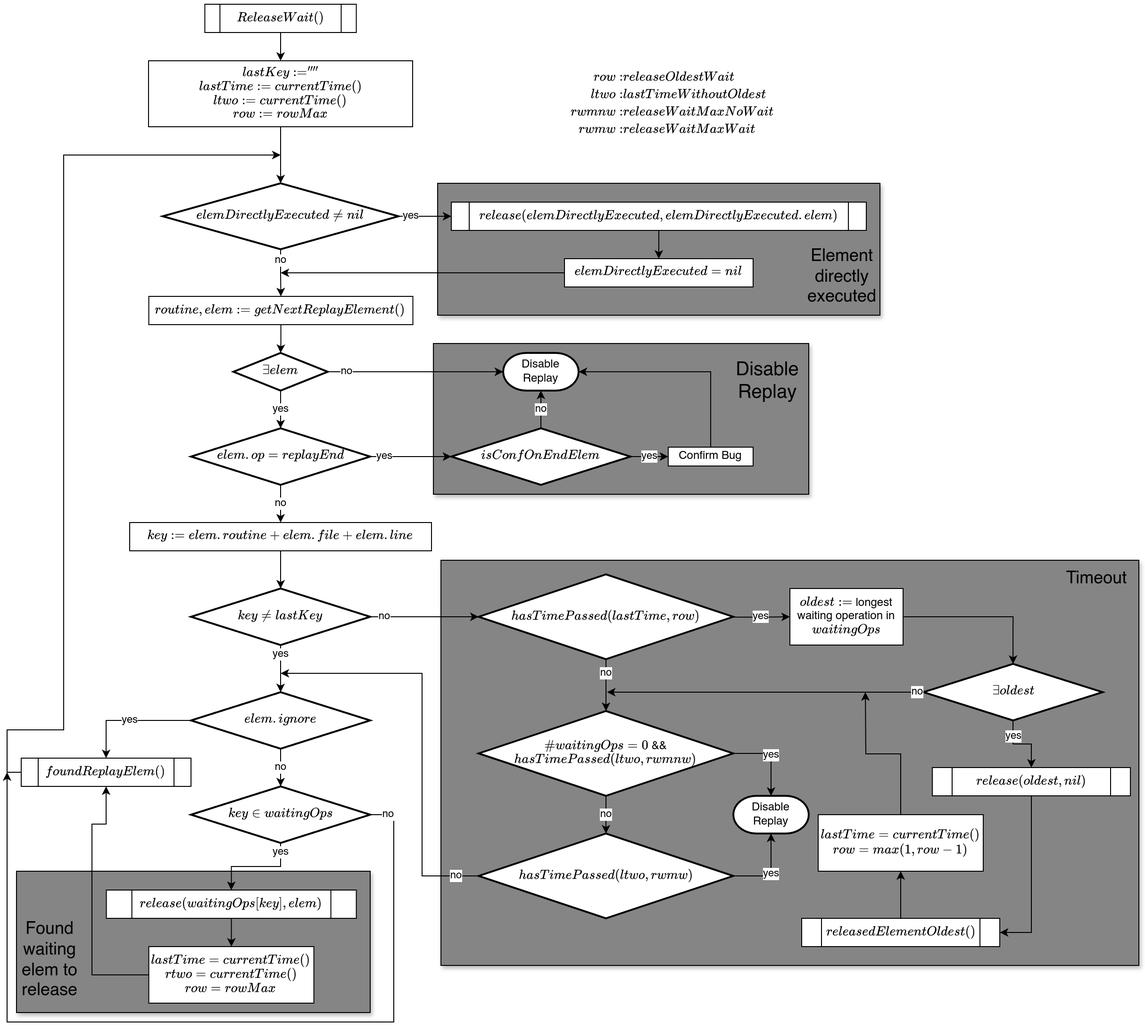
ErikKassubek/ADVOCATE keeps this draw.io diagram as doc/img/replayManager.png. Above is the earlier version. Source tidied: cells renumbered, new cells last; positions are measured from the earlier drawing's top-left corner, leaving out a move shared by most shapes.
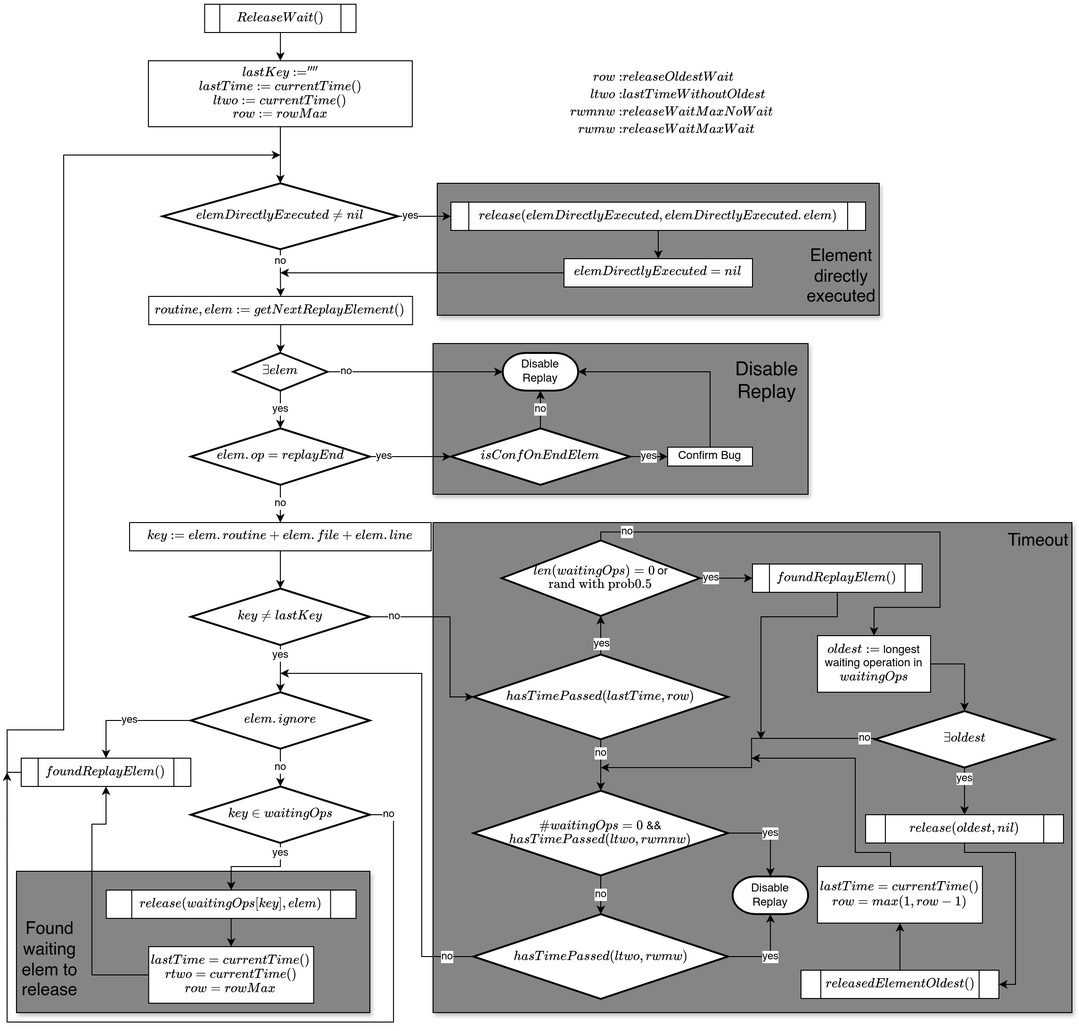
After the change.

What changed in the source:
```diff
@@ -12,7 +12,7 @@
       <mxGeometry x="456.5" y="190" width="469" height="140" as="geometry" />
     </mxCell>
     <mxCell id="5" style="rounded=0;whiteSpace=wrap;html=1;fillColor=#858585;glass=0;shadow=1;fillStyle=auto;" parent="1" vertex="1">
-      <mxGeometry x="460" y="590" width="740" height="430" as="geometry" />
+      <mxGeometry x="452" y="550" width="678" height="520" as="geometry" />
     </mxCell>
     <mxCell id="6" style="edgeStyle=orthogonalEdgeStyle;rounded=0;jettySize=auto;html=1;" parent="1" edge="1" source="7" target="25">
       <mxGeometry relative="1" as="geometry" />
@@ -86,20 +86,27 @@
     <mxCell id="27" value="\(key \neq lastKey\)" style="strokeWidth=2;html=1;shape=mxgraph.flowchart.decision;whiteSpace=wrap;" parent="1" vertex="1">
       <mxGeometry x="195" y="620" width="190" height="60" as="geometry" />
     </mxCell>
-    <mxCell id="28" value="yes" style="edgeStyle=orthogonalEdgeStyle;rounded=0;jettySize=auto;html=1;exitX=0.991;exitY=0.504;exitDx=0;exitDy=0;exitPerimeter=0;" parent="1" edge="1" source="30" target="33">
-      <mxGeometry relative="1" as="geometry" />
+    <mxCell id="28" value="no" style="edgeStyle=orthogonalEdgeStyle;rounded=0;jettySize=auto;html=1;exitX=0.5;exitY=0;exitDx=0;exitDy=0;exitPerimeter=0;entryX=0.5;entryY=0;entryDx=0;entryDy=0;" parent="1" edge="1" source="75" target="33">
+      <mxGeometry x="-0.87" relative="1" as="geometry">
+        <Array as="points">
+          <mxPoint x="630" y="560" />
+          <mxPoint x="990" y="560" />
+          <mxPoint x="990" y="640" />
+          <mxPoint x="920" y="640" />
+        </Array>
+      </mxGeometry>
     </mxCell>
     <mxCell id="29" value="no" style="edgeStyle=orthogonalEdgeStyle;rounded=0;jettySize=auto;html=1;" parent="1" edge="1" source="30" target="41">
       <mxGeometry x="-0.45" relative="1" as="geometry" />
     </mxCell>
     <mxCell id="30" value="\(hasTimePassed(\)\(lastTime, row)\)" style="strokeWidth=2;html=1;shape=mxgraph.flowchart.decision;whiteSpace=wrap;" parent="1" vertex="1">
-      <mxGeometry x="500" y="605" width="270" height="90" as="geometry" />
+      <mxGeometry x="495" y="690" width="270" height="90" as="geometry" />
     </mxCell>
     <mxCell id="31" value="no" style="edgeStyle=orthogonalEdgeStyle;rounded=0;jettySize=auto;html=1;exitX=1;exitY=0.5;exitDx=0;exitDy=0;exitPerimeter=0;entryX=0;entryY=0.5;entryDx=0;entryDy=0;entryPerimeter=0;" parent="1" edge="1" source="27" target="30">
       <mxGeometry x="-0.74" relative="1" as="geometry">
         <Array as="points">
-          <mxPoint x="410" y="650" />
-          <mxPoint x="410" y="650" />
+          <mxPoint x="470" y="650" />
+          <mxPoint x="470" y="735" />
         </Array>
       </mxGeometry>
     </mxCell>
@@ -107,63 +114,72 @@
       <mxGeometry x="-0.52" relative="1" as="geometry" />
     </mxCell>
     <mxCell id="33" value="\(oldest :=\) longest waiting operation in \(waitingOps\)" style="rounded=0;whiteSpace=wrap;html=1;" parent="1" vertex="1">
-      <mxGeometry x="830" y="620" width="120" height="60" as="geometry" />
+      <mxGeometry x="860" y="670" width="120" height="60" as="geometry" />
     </mxCell>
-    <mxCell id="34" style="edgeStyle=orthogonalEdgeStyle;rounded=0;jettySize=auto;html=1;" parent="1" edge="1" source="35" target="61">
+    <mxCell id="34" style="edgeStyle=orthogonalEdgeStyle;rounded=0;jettySize=auto;html=1;exitX=0.5;exitY=1;exitDx=0;exitDy=0;" parent="1" edge="1" source="35" target="61">
       <mxGeometry relative="1" as="geometry">
         <Array as="points">
-          <mxPoint x="1086" y="985" />
+          <mxPoint x="1016" y="900" />
+          <mxPoint x="1070" y="900" />
+          <mxPoint x="1070" y="1040" />
         </Array>
       </mxGeometry>
     </mxCell>
     <mxCell id="35" value="\(release(oldest, nil)\)" style="shape=process;whiteSpace=wrap;html=1;backgroundOutline=1;" parent="1" vertex="1">
-      <mxGeometry x="981" y="810" width="210" height="30" as="geometry" />
+      <mxGeometry x="911" y="860" width="210" height="30" as="geometry" />
     </mxCell>
-    <mxCell id="36" style="edgeStyle=orthogonalEdgeStyle;rounded=0;jettySize=auto;html=1;entryX=0.5;entryY=0;entryDx=0;entryDy=0;entryPerimeter=0;" parent="1" edge="1" source="33" target="37">
-      <mxGeometry relative="1" as="geometry" />
-    </mxCell>
     <mxCell id="37" value="\(\exists oldest\)" style="strokeWidth=2;html=1;shape=mxgraph.flowchart.decision;whiteSpace=wrap;" parent="1" vertex="1">
-      <mxGeometry x="971.6" y="700" width="190" height="60" as="geometry" />
+      <mxGeometry x="921" y="750" width="190" height="60" as="geometry" />
     </mxCell>
-    <mxCell id="38" style="edgeStyle=orthogonalEdgeStyle;rounded=0;jettySize=auto;html=1;exitX=0.5;exitY=0;exitDx=0;exitDy=0;" parent="1" edge="1" source="39">
+    <mxCell id="38" style="edgeStyle=orthogonalEdgeStyle;rounded=0;orthogonalLoop=1;jettySize=auto;html=1;exitX=0.5;exitY=0;exitDx=0;exitDy=0;" parent="1" edge="1">
       <mxGeometry relative="1" as="geometry">
-        <mxPoint x="910" y="730" as="targetPoint" />
+        <mxPoint x="937.5" y="915" as="sourcePoint" />
+        <mxPoint x="790" y="800" as="targetPoint" />
+        <Array as="points">
+          <mxPoint x="938" y="900" />
+          <mxPoint x="900" y="900" />
+          <mxPoint x="900" y="800" />
+          <mxPoint x="790" y="800" />
+        </Array>
       </mxGeometry>
     </mxCell>
     <mxCell id="39" value="\(lastTime = currentTime()\)&lt;div&gt;\(row = max(1, row-1)\)&lt;/div&gt;" style="rounded=0;whiteSpace=wrap;html=1;" parent="1" vertex="1">
-      <mxGeometry x="860" y="860" width="175" height="60" as="geometry" />
+      <mxGeometry x="860" y="915" width="175" height="60" as="geometry" />
     </mxCell>
     <mxCell id="40" value="no" style="edgeStyle=orthogonalEdgeStyle;rounded=0;jettySize=auto;html=1;" parent="1" edge="1" source="41" target="45">
       <mxGeometry relative="1" as="geometry" />
     </mxCell>
     <mxCell id="41" value="\(\#waitingOps = 0\)&amp;nbsp;&lt;span style=&quot;background-color: transparent; color: light-dark(rgb(0, 0, 0), rgb(255, 255, 255));&quot;&gt;&amp;amp;&amp;amp;&lt;/span&gt;&lt;div&gt;&lt;div&gt;\(hasTimePassed(ltwo, rwmnw)\)&lt;/div&gt;&lt;/div&gt;" style="strokeWidth=2;html=1;shape=mxgraph.flowchart.decision;whiteSpace=wrap;" parent="1" vertex="1">
-      <mxGeometry x="500" y="750" width="270" height="90" as="geometry" />
+      <mxGeometry x="495" y="834.5" width="270" height="90" as="geometry" />
     </mxCell>
-    <mxCell id="42" value="no" style="edgeStyle=orthogonalEdgeStyle;rounded=0;jettySize=auto;html=1;endArrow=classic;startFill=0;endFill=1;exitX=0;exitY=0.5;exitDx=0;exitDy=0;exitPerimeter=0;" parent="1" edge="1" source="37">
-      <mxGeometry x="-0.96" relative="1" as="geometry">
-        <mxPoint x="636" y="730" as="targetPoint" />
+    <mxCell id="42" value="no" style="edgeStyle=orthogonalEdgeStyle;rounded=0;orthogonalLoop=1;jettySize=auto;html=1;endArrow=classic;startFill=0;endFill=1;" parent="1" edge="1">
+      <mxGeometry x="-0.94" relative="1" as="geometry">
+        <mxPoint x="921" y="779" as="sourcePoint" />
+        <mxPoint x="630" y="809" as="targetPoint" />
         <Array as="points">
-          <mxPoint x="972" y="730" />
+          <mxPoint x="790" y="779" />
+          <mxPoint x="790" y="810" />
+          <mxPoint x="630" y="810" />
         </Array>
       </mxGeometry>
     </mxCell>
-    <mxCell id="43" value="no" style="edgeStyle=orthogonalEdgeStyle;rounded=0;jettySize=auto;html=1;" parent="1" edge="1" source="45">
+    <mxCell id="43" value="no" style="edgeStyle=orthogonalEdgeStyle;rounded=0;jettySize=auto;html=1;exitX=0;exitY=0.5;exitDx=0;exitDy=0;exitPerimeter=0;" parent="1" edge="1" source="45">
       <mxGeometry x="-0.89" relative="1" as="geometry">
         <mxPoint x="290" y="710" as="targetPoint" />
         <Array as="points">
-          <mxPoint x="440" y="925" />
+          <mxPoint x="440" y="1011" />
           <mxPoint x="440" y="710" />
         </Array>
       </mxGeometry>
     </mxCell>
-    <mxCell id="44" value="yes" style="edgeStyle=orthogonalEdgeStyle;rounded=0;jettySize=auto;html=1;exitX=1;exitY=0.5;exitDx=0;exitDy=0;exitPerimeter=0;" parent="1" edge="1" source="45" target="46">
+    <mxCell id="44" value="yes" style="edgeStyle=orthogonalEdgeStyle;rounded=0;jettySize=auto;html=1;exitX=1;exitY=0.5;exitDx=0;exitDy=0;exitPerimeter=0;entryX=0.5;entryY=1;entryDx=0;entryDy=0;entryPerimeter=0;" parent="1" edge="1" source="45" target="46">
       <mxGeometry relative="1" as="geometry" />
     </mxCell>
     <mxCell id="45" value="&lt;div&gt;&lt;div&gt;\(hasTimePassed(ltwo, rwmw)\)&lt;/div&gt;&lt;/div&gt;" style="strokeWidth=2;html=1;shape=mxgraph.flowchart.decision;whiteSpace=wrap;" parent="1" vertex="1">
-      <mxGeometry x="500" y="880" width="270" height="90" as="geometry" />
+      <mxGeometry x="495" y="965.5" width="270" height="90" as="geometry" />
     </mxCell>
     <mxCell id="46" value="Disable Replay" style="strokeWidth=2;html=1;shape=mxgraph.flowchart.terminator;whiteSpace=wrap;" parent="1" vertex="1">
-      <mxGeometry x="770" y="840" width="80" height="40" as="geometry" />
+      <mxGeometry x="770" y="925.5" width="80" height="40" as="geometry" />
     </mxCell>
     <mxCell id="47" value="yes" style="edgeStyle=orthogonalEdgeStyle;rounded=0;jettySize=auto;html=1;exitX=1;exitY=0.5;exitDx=0;exitDy=0;exitPerimeter=0;entryX=0.5;entryY=0;entryDx=0;entryDy=0;entryPerimeter=0;" parent="1" edge="1" source="41" target="46">
       <mxGeometry relative="1" as="geometry" />
@@ -229,7 +245,7 @@
       <mxGeometry relative="1" as="geometry" />
     </mxCell>
     <mxCell id="61" value="\(releasedElementOldest()\)" style="shape=process;whiteSpace=wrap;html=1;backgroundOutline=1;" parent="1" vertex="1">
-      <mxGeometry x="842.5" y="970" width="210" height="30" as="geometry" />
+      <mxGeometry x="842.5" y="1025" width="210" height="30" as="geometry" />
     </mxCell>
     <mxCell id="62" value="\[\begin{align}row: &amp;amp;releaseOldestWait\\ltwo: &amp;amp;lastTimeWithoutOldest\\rwmnw: &amp;amp;releaseWaitMaxNoWait\\rwmw: &amp;amp;releaseWaitMaxWait\end{align}\]" style="text;html=1;align=center;verticalAlign=middle;strokeColor=none;fillColor=none;" parent="1" vertex="1">
       <mxGeometry x="305" y="90" width="800" height="30" as="geometry" />
@@ -258,7 +274,7 @@
       <mxGeometry x="591" y="270" width="200" height="30" as="geometry" />
     </mxCell>
     <mxCell id="70" value="&lt;font style=&quot;font-size: 18px;&quot;&gt;Timeout&lt;/font&gt;" style="text;html=1;align=center;verticalAlign=middle;whiteSpace=wrap;rounded=0;" parent="1" vertex="1">
-      <mxGeometry x="1120" y="590" width="71" height="40" as="geometry" />
+      <mxGeometry x="1059" y="550" width="71" height="40" as="geometry" />
     </mxCell>
     <mxCell id="71" value="&lt;font style=&quot;font-size: 18px;&quot;&gt;Element directly executed&lt;/font&gt;" style="text;html=1;align=center;verticalAlign=middle;whiteSpace=wrap;rounded=0;" parent="1" vertex="1">
       <mxGeometry x="850" y="250" width="71" height="80" as="geometry" />
@@ -269,5 +285,35 @@
     <mxCell id="73" value="&lt;font style=&quot;font-size: 18px;&quot;&gt;Found waiting elem to release&lt;/font&gt;" style="text;html=1;align=center;verticalAlign=middle;whiteSpace=wrap;rounded=0;" parent="1" vertex="1">
       <mxGeometry x="10" y="960" width="71" height="110" as="geometry" />
     </mxCell>
+    <mxCell id="74" value="yes" style="edgeStyle=orthogonalEdgeStyle;rounded=0;jettySize=auto;html=1;exitX=1;exitY=0.5;exitDx=0;exitDy=0;exitPerimeter=0;entryX=0;entryY=0.5;entryDx=0;entryDy=0;" parent="1" edge="1" source="75" target="77">
+      <mxGeometry x="-0.56" relative="1" as="geometry" />
+    </mxCell>
+    <mxCell id="75" value="\(len(waitingOps) = 0\) or&lt;div&gt;\(\text{rand with prob} 0.5\)&lt;/div&gt;" style="strokeWidth=2;html=1;shape=mxgraph.flowchart.decision;whiteSpace=wrap;" parent="1" vertex="1">
+      <mxGeometry x="525" y="569" width="210" height="80" as="geometry" />
+    </mxCell>
+    <mxCell id="76" style="edgeStyle=orthogonalEdgeStyle;rounded=0;jettySize=auto;html=1;exitX=0.5;exitY=1;exitDx=0;exitDy=0;" parent="1" edge="1" source="77">
+      <mxGeometry relative="1" as="geometry">
+        <mxPoint x="800" y="780" as="targetPoint" />
+        <Array as="points">
+          <mxPoint x="881" y="650" />
+          <mxPoint x="800" y="650" />
+          <mxPoint x="800" y="780" />
+        </Array>
+      </mxGeometry>
+    </mxCell>
+    <mxCell id="77" value="\(foundReplayElem()\)" style="shape=process;whiteSpace=wrap;html=1;backgroundOutline=1;" parent="1" vertex="1">
+      <mxGeometry x="791" y="594" width="180" height="30" as="geometry" />
+    </mxCell>
+    <mxCell id="78" style="edgeStyle=orthogonalEdgeStyle;rounded=0;jettySize=auto;html=1;exitX=0.5;exitY=0;exitDx=0;exitDy=0;exitPerimeter=0;entryX=0.5;entryY=1;entryDx=0;entryDy=0;entryPerimeter=0;" parent="1" edge="1" source="30" target="75">
+      <mxGeometry relative="1" as="geometry" />
+    </mxCell>
+    <mxCell id="79" value="yes" style="edgeLabel;html=1;align=center;verticalAlign=middle;" parent="78" vertex="1">
+      <mxGeometry x="-0.65" y="-2" relative="1" as="geometry">
+        <mxPoint x="-2" y="-5" as="offset" />
+      </mxGeometry>
+    </mxCell>
+    <mxCell id="36" style="edgeStyle=orthogonalEdgeStyle;rounded=0;jettySize=auto;html=1;exitX=1;exitY=0.5;exitDx=0;exitDy=0;entryX=0.5;entryY=0;entryDx=0;entryDy=0;entryPerimeter=0;" parent="1" edge="1" source="33" target="37">
+      <mxGeometry relative="1" as="geometry" />
+    </mxCell>
   </root>
 </mxGraphModel>
```
